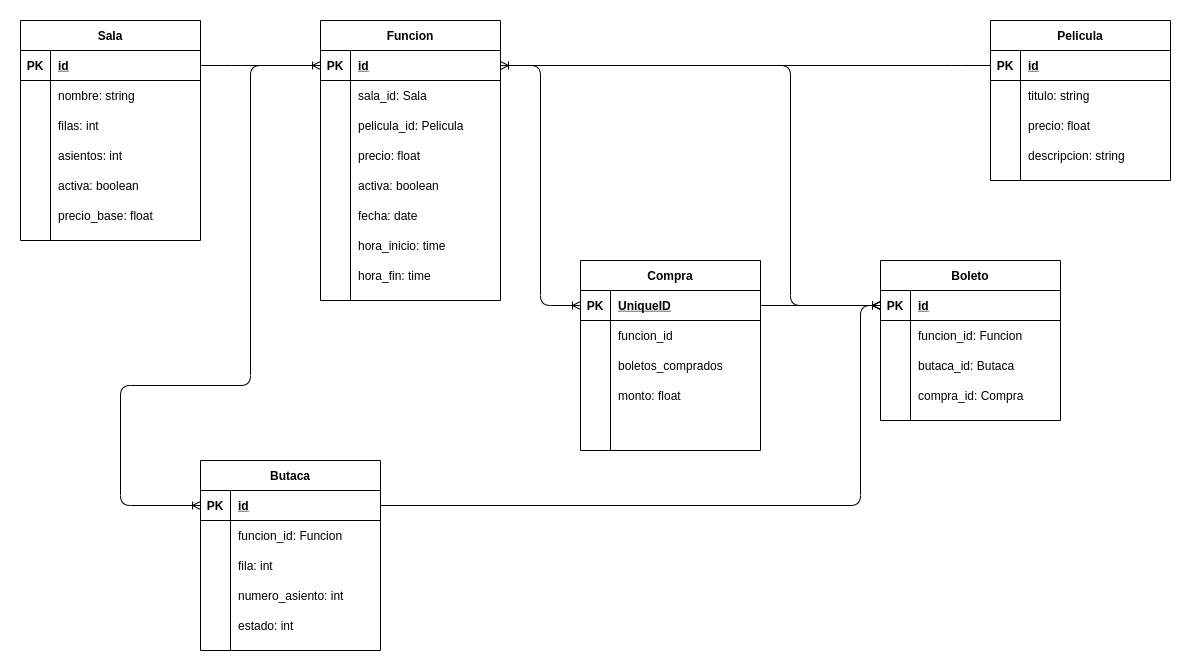
Above: diagrama_db.png in sergioguzman27/cine-ILU (draw.io), before the change. Source tidied: cells renumbered, new cells last; positions are measured from the earlier drawing's top-left corner, leaving out a move shared by most shapes.
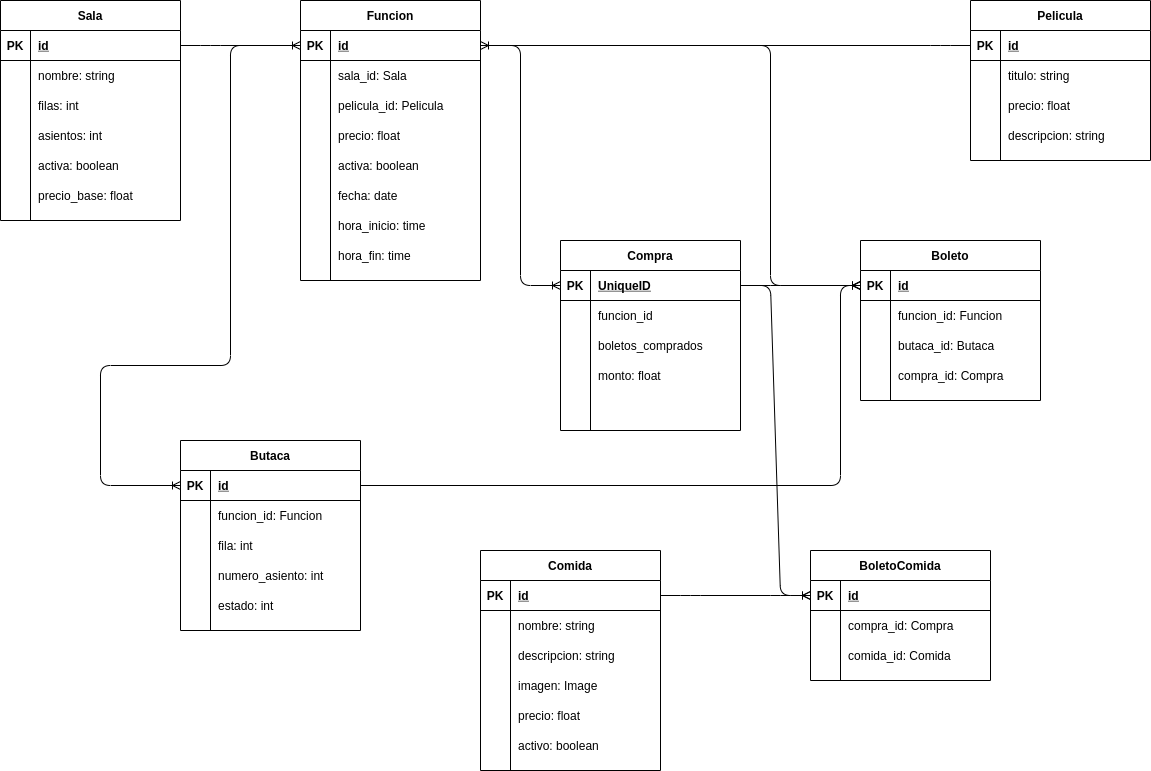
After the change.

Commit message:
Administracion de comida y combos desde el admin de Django, tambien se agregaron metodos para obtener el listado de comida disponibles

Diff of the diagram source:
```diff
@@ -346,5 +346,98 @@
     <mxCell id="110" style="edgeStyle=orthogonalEdgeStyle;fontSize=12;html=1;endArrow=ERoneToMany;" parent="1" edge="1" source="35" target="79">
       <mxGeometry relative="1" as="geometry" />
     </mxCell>
+    <mxCell id="111" value="Comida" style="shape=table;startSize=30;rowLines=0;fontStyle=1;align=center;" parent="1" vertex="1">
+      <mxGeometry x="480" y="550" width="180" height="220" as="geometry" />
+    </mxCell>
+    <mxCell id="112" style="shape=partialRectangle;fillColor=none;top=0;left=0;bottom=1;right=0;points=[[0,0.5],[1,0.5]];portConstraint=eastwest;" parent="111" vertex="1">
+      <mxGeometry y="30" width="180" height="30" as="geometry" />
+    </mxCell>
+    <mxCell id="113" value="PK" style="shape=partialRectangle;fillColor=none;top=0;left=0;bottom=0;right=0;fontStyle=1;overflow=hidden;" parent="112" vertex="1">
+      <mxGeometry width="30" height="30" as="geometry" />
+    </mxCell>
+    <mxCell id="114" value="id" style="shape=partialRectangle;fillColor=none;top=0;left=0;bottom=0;right=0;align=left;spacingLeft=6;fontStyle=5;overflow=hidden;" parent="112" vertex="1">
+      <mxGeometry x="30" width="150" height="30" as="geometry" />
+    </mxCell>
+    <mxCell id="115" style="shape=partialRectangle;fillColor=none;top=0;left=0;bottom=0;right=0;" parent="111" vertex="1">
+      <mxGeometry y="60" width="180" height="30" as="geometry" />
+    </mxCell>
+    <mxCell id="116" style="shape=partialRectangle;fillColor=none;top=0;left=0;bottom=0;right=0;overflow=hidden;" parent="115" vertex="1">
+      <mxGeometry width="30" height="30" as="geometry" />
+    </mxCell>
+    <mxCell id="117" value="nombre: string" style="shape=partialRectangle;fillColor=none;top=0;left=0;bottom=0;right=0;align=left;spacingLeft=6;overflow=hidden;" parent="115" vertex="1">
+      <mxGeometry x="30" width="150" height="30" as="geometry" />
+    </mxCell>
+    <mxCell id="118" style="shape=partialRectangle;fillColor=none;top=0;left=0;bottom=0;right=0;" parent="111" vertex="1">
+      <mxGeometry y="90" width="180" height="30" as="geometry" />
+    </mxCell>
+    <mxCell id="119" style="shape=partialRectangle;fillColor=none;top=0;left=0;bottom=0;right=0;overflow=hidden;" parent="118" vertex="1">
+      <mxGeometry width="30" height="30" as="geometry" />
+    </mxCell>
+    <mxCell id="120" value="descripcion: string" style="shape=partialRectangle;fillColor=none;top=0;left=0;bottom=0;right=0;align=left;spacingLeft=6;overflow=hidden;" parent="118" vertex="1">
+      <mxGeometry x="30" width="150" height="30" as="geometry" />
+    </mxCell>
+    <mxCell id="121" style="shape=partialRectangle;fillColor=none;top=0;left=0;bottom=0;right=0;" parent="111" vertex="1">
+      <mxGeometry y="120" width="180" height="30" as="geometry" />
+    </mxCell>
+    <mxCell id="122" style="shape=partialRectangle;fillColor=none;top=0;left=0;bottom=0;right=0;overflow=hidden;" parent="121" vertex="1">
+      <mxGeometry width="30" height="30" as="geometry" />
+    </mxCell>
+    <mxCell id="123" value="imagen: Image" style="shape=partialRectangle;fillColor=none;top=0;left=0;bottom=0;right=0;align=left;spacingLeft=6;overflow=hidden;" parent="121" vertex="1">
+      <mxGeometry x="30" width="150" height="30" as="geometry" />
+    </mxCell>
+    <mxCell id="124" style="shape=partialRectangle;fillColor=none;top=0;left=0;bottom=0;right=0;" parent="111" vertex="1">
+      <mxGeometry y="150" width="180" height="30" as="geometry" />
+    </mxCell>
+    <mxCell id="125" style="shape=partialRectangle;fillColor=none;top=0;left=0;bottom=0;right=0;overflow=hidden;" parent="124" vertex="1">
+      <mxGeometry width="30" height="30" as="geometry" />
+    </mxCell>
+    <mxCell id="126" value="precio: float" style="shape=partialRectangle;fillColor=none;top=0;left=0;bottom=0;right=0;align=left;spacingLeft=6;overflow=hidden;" parent="124" vertex="1">
+      <mxGeometry x="30" width="150" height="30" as="geometry" />
+    </mxCell>
+    <mxCell id="127" style="shape=partialRectangle;fillColor=none;top=0;left=0;bottom=0;right=0;" parent="111" vertex="1">
+      <mxGeometry y="180" width="180" height="30" as="geometry" />
+    </mxCell>
+    <mxCell id="128" style="shape=partialRectangle;fillColor=none;top=0;left=0;bottom=0;right=0;overflow=hidden;" parent="127" vertex="1">
+      <mxGeometry width="30" height="30" as="geometry" />
+    </mxCell>
+    <mxCell id="129" value="activo: boolean" style="shape=partialRectangle;fillColor=none;top=0;left=0;bottom=0;right=0;align=left;spacingLeft=6;overflow=hidden;" parent="127" vertex="1">
+      <mxGeometry x="30" width="150" height="30" as="geometry" />
+    </mxCell>
+    <mxCell id="130" value="BoletoComida" style="shape=table;startSize=30;rowLines=0;fontStyle=1;align=center;" parent="1" vertex="1">
+      <mxGeometry x="810" y="550" width="180" height="130" as="geometry" />
+    </mxCell>
+    <mxCell id="131" style="shape=partialRectangle;fillColor=none;top=0;left=0;bottom=1;right=0;points=[[0,0.5],[1,0.5]];portConstraint=eastwest;" parent="130" vertex="1">
+      <mxGeometry y="30" width="180" height="30" as="geometry" />
+    </mxCell>
+    <mxCell id="132" value="PK" style="shape=partialRectangle;fillColor=none;top=0;left=0;bottom=0;right=0;fontStyle=1;overflow=hidden;" parent="131" vertex="1">
+      <mxGeometry width="30" height="30" as="geometry" />
+    </mxCell>
+    <mxCell id="133" value="id" style="shape=partialRectangle;fillColor=none;top=0;left=0;bottom=0;right=0;align=left;spacingLeft=6;fontStyle=5;overflow=hidden;" parent="131" vertex="1">
+      <mxGeometry x="30" width="150" height="30" as="geometry" />
+    </mxCell>
+    <mxCell id="134" style="shape=partialRectangle;fillColor=none;top=0;left=0;bottom=0;right=0;" parent="130" vertex="1">
+      <mxGeometry y="60" width="180" height="30" as="geometry" />
+    </mxCell>
+    <mxCell id="135" style="shape=partialRectangle;fillColor=none;top=0;left=0;bottom=0;right=0;overflow=hidden;" parent="134" vertex="1">
+      <mxGeometry width="30" height="30" as="geometry" />
+    </mxCell>
+    <mxCell id="136" value="compra_id: Compra" style="shape=partialRectangle;fillColor=none;top=0;left=0;bottom=0;right=0;align=left;spacingLeft=6;overflow=hidden;" parent="134" vertex="1">
+      <mxGeometry x="30" width="150" height="30" as="geometry" />
+    </mxCell>
+    <mxCell id="137" style="shape=partialRectangle;fillColor=none;top=0;left=0;bottom=0;right=0;" parent="130" vertex="1">
+      <mxGeometry y="90" width="180" height="30" as="geometry" />
+    </mxCell>
+    <mxCell id="138" style="shape=partialRectangle;fillColor=none;top=0;left=0;bottom=0;right=0;overflow=hidden;" parent="137" vertex="1">
+      <mxGeometry width="30" height="30" as="geometry" />
+    </mxCell>
+    <mxCell id="139" value="comida_id: Comida" style="shape=partialRectangle;fillColor=none;top=0;left=0;bottom=0;right=0;align=left;spacingLeft=6;overflow=hidden;" parent="137" vertex="1">
+      <mxGeometry x="30" width="150" height="30" as="geometry" />
+    </mxCell>
+    <mxCell id="140" style="edgeStyle=entityRelationEdgeStyle;fontSize=12;html=1;endArrow=ERoneToMany;" parent="1" edge="1" source="112" target="131">
+      <mxGeometry relative="1" as="geometry" />
+    </mxCell>
+    <mxCell id="141" style="edgeStyle=entityRelationEdgeStyle;fontSize=12;html=1;endArrow=ERoneToMany;" parent="1" edge="1" source="79" target="131">
+      <mxGeometry relative="1" as="geometry" />
+    </mxCell>
   </root>
 </mxGraphModel>
```
